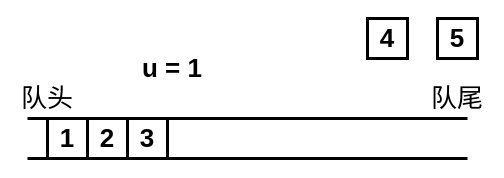
sara1024/-CCF201412-2-Z- keeps this draw.io diagram as Untitled Diagram.drawio. Above is the earlier version. Source tidied: cells renumbered, new cells numbered last; positions are measured from the earlier drawing's top-left corner, leaving out a move shared by most shapes. Both pictures are drawn from the tidied source at 100%, with x=0, y=0 at pixel (17, 18).
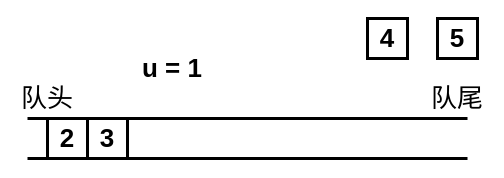
Above is the later version.

Diff of the diagram source:
```diff
@@
 <mxGraphModel>
   <root>
     <mxCell id="0" />
     <mxCell id="1" parent="0" />
     <mxCell id="2" style="endArrow=none;html=1;strokeWidth=3;" parent="1" edge="1">
       <mxGeometry relative="1" as="geometry">
         <mxPoint x="10" y="100" as="sourcePoint" />
         <mxPoint x="450" y="100" as="targetPoint" />
       </mxGeometry>
     </mxCell>
     <mxCell id="3" style="endArrow=none;html=1;strokeWidth=3;" parent="1" edge="1">
       <mxGeometry relative="1" as="geometry">
         <mxPoint x="10" y="140" as="sourcePoint" />
         <mxPoint x="450" y="140" as="targetPoint" />
       </mxGeometry>
     </mxCell>
-    <mxCell id="4" value="1" style="whiteSpace=wrap;html=1;strokeWidth=3;fillColor=none;fontStyle=1;fontSize=26;" parent="1" vertex="1">
-      <mxGeometry x="30" y="100" width="40" height="40" as="geometry" />
-    </mxCell>
     <mxCell id="5" value="2" style="whiteSpace=wrap;html=1;strokeWidth=3;fillColor=none;fontSize=26;fontStyle=1;" parent="1" vertex="1">
-      <mxGeometry x="70" y="100" width="40" height="40" as="geometry" />
+      <mxGeometry x="30" y="100" width="40" height="40" as="geometry" />
     </mxCell>
     <mxCell id="6" value="3" style="whiteSpace=wrap;html=1;strokeWidth=3;fillColor=none;fontSize=26;fontStyle=1;" parent="1" vertex="1">
-      <mxGeometry x="110" y="100" width="40" height="40" as="geometry" />
+      <mxGeometry x="70" y="100" width="40" height="40" as="geometry" />
     </mxCell>
     <mxCell id="7" value="4" style="whiteSpace=wrap;html=1;strokeWidth=3;fillColor=none;fontSize=26;fontStyle=1;" parent="1" vertex="1">
       <mxGeometry x="350" width="40" height="40" as="geometry" />
     </mxCell>
     <mxCell id="8" value="5" style="whiteSpace=wrap;html=1;strokeWidth=3;fillColor=none;fontSize=26;fontStyle=1;" parent="1" vertex="1">
       <mxGeometry x="420" width="40" height="40" as="geometry" />
     </mxCell>
     <mxCell id="9" value="队头" style="text;html=1;strokeColor=none;fillColor=none;align=center;verticalAlign=middle;whiteSpace=wrap;rounded=0;fontSize=26;" parent="1" vertex="1">
       <mxGeometry y="70" width="60" height="20" as="geometry" />
     </mxCell>
     <mxCell id="10" value="队尾" style="text;html=1;strokeColor=none;fillColor=none;align=center;verticalAlign=middle;whiteSpace=wrap;rounded=0;fontSize=26;" parent="1" vertex="1">
       <mxGeometry x="410" y="70" width="60" height="20" as="geometry" />
     </mxCell>
     <mxCell id="11" value="u = 1" style="text;html=1;strokeColor=none;fillColor=none;align=center;verticalAlign=middle;whiteSpace=wrap;rounded=0;fontSize=26;fontStyle=1;" parent="1" vertex="1">
       <mxGeometry x="110" y="40" width="90" height="20" as="geometry" />
     </mxCell>
   </root>
 </mxGraphModel>
```
